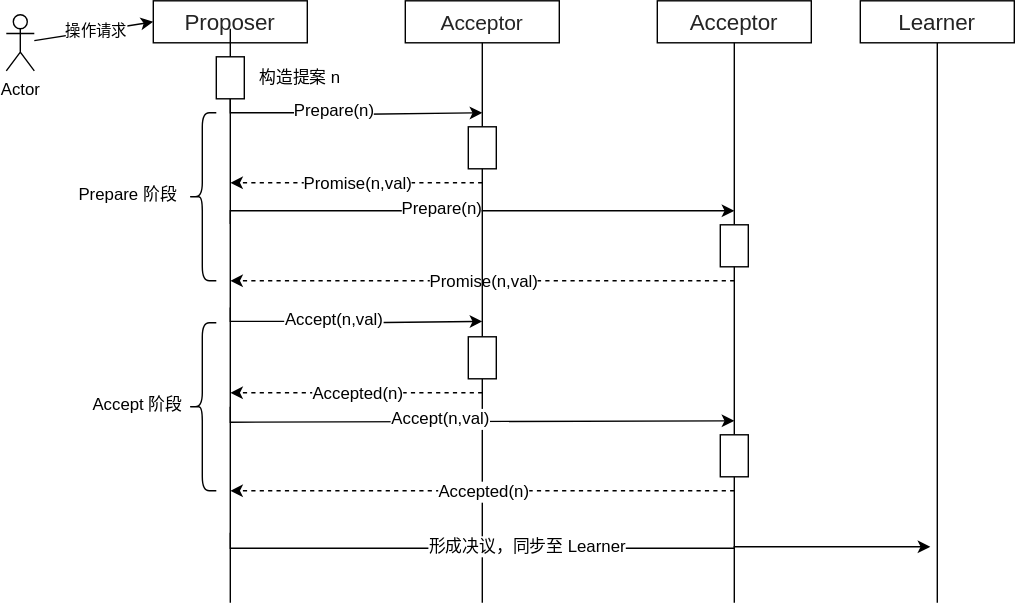
Before: assets/paxos.svg, a diagram exported from draw.io (isno/theByteBook). Source tidied: cells renumbered, new cells last; positions are measured from the earlier drawing's top-left corner, leaving out a move shared by most shapes.
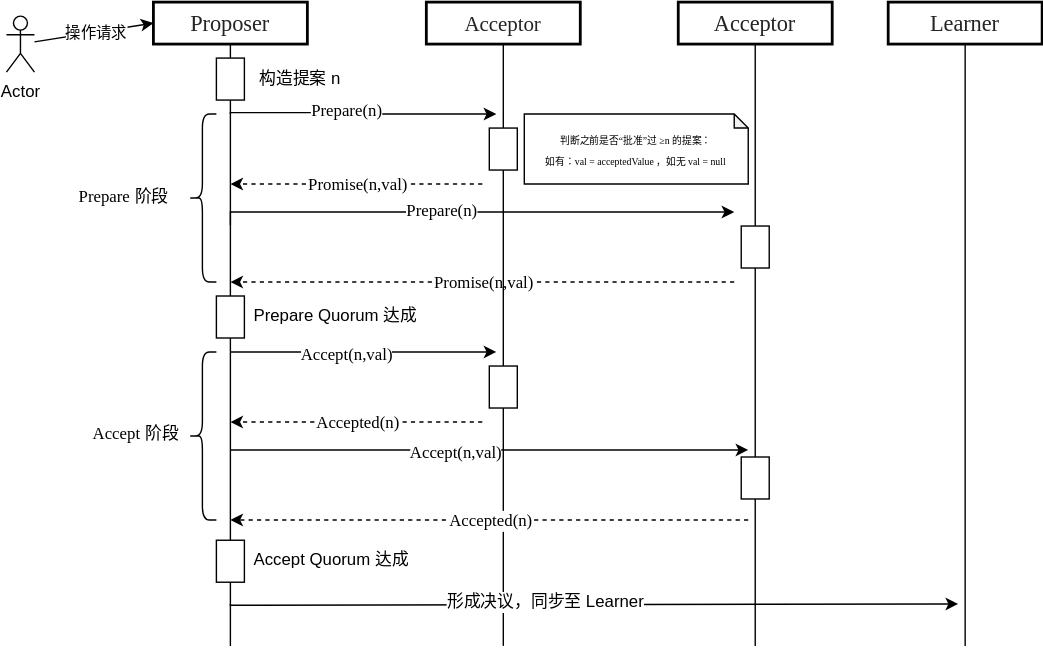
After the commit.

Diff of the diagram source:
```diff
@@ -4,3 +4,3 @@
     <mxCell id="1" parent="0" />
-    <mxCell id="2" value="&lt;div style=&quot;text-align: start;&quot;&gt;&lt;font size=&quot;1&quot; face=&quot;Helvetica&quot; color=&quot;#242424&quot;&gt;&lt;span style=&quot;letter-spacing: -0.06px; background-color: rgb(255, 255, 255); font-size: 16px;&quot;&gt;Proposer&lt;/span&gt;&lt;/font&gt;&lt;/div&gt;" style="rounded=0;whiteSpace=wrap;html=1;" parent="1" vertex="1">
+    <mxCell id="2" value="&lt;div style=&quot;text-align: start;&quot;&gt;&lt;font color=&quot;#242424&quot; size=&quot;1&quot;&gt;&lt;span style=&quot;letter-spacing: -0.06px; background-color: rgb(255, 255, 255); font-size: 16px;&quot;&gt;Proposer&lt;/span&gt;&lt;/font&gt;&lt;/div&gt;" style="rounded=0;whiteSpace=wrap;html=1;fontFamily=Georgia;strokeWidth=2;" parent="1" vertex="1">
       <mxGeometry x="105" width="110" height="30" as="geometry" />
@@ -9,7 +9,10 @@
       <mxGeometry relative="1" as="geometry">
-        <mxPoint x="340" y="430" as="targetPoint" />
+        <mxPoint x="355" y="460" as="targetPoint" />
+        <Array as="points">
+          <mxPoint x="355" y="460" />
+        </Array>
       </mxGeometry>
     </mxCell>
-    <mxCell id="4" value="&lt;div style=&quot;text-align: start;&quot;&gt;&lt;span style=&quot;color: rgb(36, 36, 36); letter-spacing: -0.06px; background-color: rgb(255, 255, 255);&quot;&gt;&lt;font style=&quot;font-size: 15px;&quot;&gt;Acceptor&lt;/font&gt;&lt;/span&gt;&lt;br&gt;&lt;/div&gt;" style="rounded=0;whiteSpace=wrap;html=1;" parent="1" vertex="1">
-      <mxGeometry x="285" width="110" height="30" as="geometry" />
+    <mxCell id="4" value="&lt;div style=&quot;text-align: start;&quot;&gt;&lt;span style=&quot;color: rgb(36, 36, 36); letter-spacing: -0.06px; background-color: rgb(255, 255, 255);&quot;&gt;&lt;font style=&quot;font-size: 15px;&quot;&gt;Acceptor&lt;/font&gt;&lt;/span&gt;&lt;br&gt;&lt;/div&gt;" style="rounded=0;whiteSpace=wrap;html=1;fontFamily=Georgia;strokeWidth=2;" parent="1" vertex="1">
+      <mxGeometry x="300" width="110" height="30" as="geometry" />
     </mxCell>
@@ -17,6 +20,5 @@
       <mxGeometry relative="1" as="geometry">
-        <mxPoint x="520" y="430" as="targetPoint" />
+        <mxPoint x="535" y="460" as="targetPoint" />
         <Array as="points">
-          <mxPoint x="520" y="370" />
-          <mxPoint x="520" y="370" />
+          <mxPoint x="535" y="460" />
         </Array>
@@ -24,17 +26,18 @@
     </mxCell>
-    <mxCell id="6" value="&lt;div style=&quot;text-align: start;&quot;&gt;&lt;span style=&quot;color: rgb(36, 36, 36); letter-spacing: -0.06px; background-color: rgb(255, 255, 255);&quot;&gt;&lt;font face=&quot;Helvetica&quot; style=&quot;font-size: 16px;&quot;&gt;Acceptor&lt;/font&gt;&lt;/span&gt;&lt;br&gt;&lt;/div&gt;" style="rounded=0;whiteSpace=wrap;html=1;" parent="1" vertex="1">
-      <mxGeometry x="465" width="110" height="30" as="geometry" />
+    <mxCell id="6" value="&lt;div style=&quot;text-align: start;&quot;&gt;&lt;span style=&quot;color: rgb(36, 36, 36); letter-spacing: -0.06px; background-color: rgb(255, 255, 255);&quot;&gt;&lt;font style=&quot;font-size: 16px;&quot;&gt;Acceptor&lt;/font&gt;&lt;/span&gt;&lt;br&gt;&lt;/div&gt;" style="rounded=0;whiteSpace=wrap;html=1;fontFamily=Georgia;strokeWidth=2;" parent="1" vertex="1">
+      <mxGeometry x="480" width="110" height="30" as="geometry" />
     </mxCell>
-    <mxCell id="7" style="edgeStyle=orthogonalEdgeStyle;rounded=0;jettySize=auto;html=1;endArrow=none;endFill=0;" parent="1" edge="1" source="21">
+    <mxCell id="7" style="edgeStyle=orthogonalEdgeStyle;rounded=0;jettySize=auto;html=1;endArrow=none;endFill=0;" parent="1" edge="1" source="48">
       <mxGeometry relative="1" as="geometry">
-        <mxPoint x="160" y="430" as="targetPoint" />
+        <mxPoint x="160" y="460" as="targetPoint" />
       </mxGeometry>
     </mxCell>
-    <mxCell id="8" style="edgeStyle=orthogonalEdgeStyle;rounded=0;jettySize=auto;html=1;" parent="1" edge="1" source="21">
+    <mxCell id="8" style="edgeStyle=orthogonalEdgeStyle;rounded=0;orthogonalLoop=1;jettySize=auto;html=1;" parent="1" edge="1">
       <mxGeometry relative="1" as="geometry">
-        <mxPoint x="340" y="80" as="targetPoint" />
+        <mxPoint x="160" y="80" as="sourcePoint" />
+        <mxPoint x="350" y="80" as="targetPoint" />
         <Array as="points">
-          <mxPoint x="160" y="80" />
-          <mxPoint x="255" y="80" />
-          <mxPoint x="255" y="81" />
+          <mxPoint x="160" y="79" />
+          <mxPoint x="245" y="79" />
+          <mxPoint x="245" y="80" />
         </Array>
@@ -42,6 +45,6 @@
     </mxCell>
-    <mxCell id="9" value="&lt;font style=&quot;font-size: 12px;&quot; face=&quot;Helvetica&quot;&gt;Prepare(n)&lt;/font&gt;" style="edgeLabel;html=1;align=center;verticalAlign=middle;" parent="8" vertex="1">
+    <mxCell id="9" value="&lt;font style=&quot;font-size: 12px;&quot;&gt;Prepare(n)&lt;/font&gt;" style="edgeLabel;html=1;align=center;verticalAlign=middle;fontFamily=Georgia;" parent="8" vertex="1">
       <mxGeometry x="-0.13" y="2" relative="1" as="geometry" />
     </mxCell>
-    <mxCell id="10" style="edgeStyle=orthogonalEdgeStyle;rounded=0;jettySize=auto;html=1;endArrow=none;endFill=0;" parent="1" edge="1" source="4" target="13">
+    <mxCell id="10" style="edgeStyle=orthogonalEdgeStyle;rounded=0;jettySize=auto;html=1;endArrow=none;endFill=0;entryX=0.5;entryY=0;entryDx=0;entryDy=0;" parent="1" edge="1" source="4" target="13">
       <mxGeometry relative="1" as="geometry" />
@@ -58,3 +61,3 @@
     </mxCell>
-    <mxCell id="12" value="&lt;font style=&quot;font-size: 12px;&quot;&gt;Promise(n,val)&lt;/font&gt;" style="edgeLabel;html=1;align=center;verticalAlign=middle;" parent="11" vertex="1">
+    <mxCell id="12" value="&lt;font style=&quot;font-size: 12px;&quot;&gt;Promise(n,val)&lt;/font&gt;" style="edgeLabel;html=1;align=center;verticalAlign=middle;fontFamily=Georgia;" parent="11" vertex="1">
       <mxGeometry relative="1" as="geometry" />
@@ -62,9 +65,13 @@
     <mxCell id="13" style="rounded=0;whiteSpace=wrap;html=1;" parent="1" vertex="1">
-      <mxGeometry x="330" y="90" width="20" height="30" as="geometry" />
+      <mxGeometry x="345" y="90" width="20" height="30" as="geometry" />
     </mxCell>
     <mxCell id="14" style="edgeStyle=orthogonalEdgeStyle;rounded=0;jettySize=auto;html=1;exitX=0.5;exitY=1;exitDx=0;exitDy=0;endArrow=none;endFill=0;" parent="1" edge="1" source="6" target="15">
-      <mxGeometry relative="1" as="geometry" />
+      <mxGeometry relative="1" as="geometry">
+        <Array as="points">
+          <mxPoint x="535" y="175" />
+        </Array>
+      </mxGeometry>
     </mxCell>
     <mxCell id="15" style="rounded=0;whiteSpace=wrap;html=1;" parent="1" vertex="1">
-      <mxGeometry x="510" y="160" width="20" height="30" as="geometry" />
+      <mxGeometry x="525" y="160" width="20" height="30" as="geometry" />
     </mxCell>
@@ -79,3 +86,3 @@
     </mxCell>
-    <mxCell id="17" value="&lt;font style=&quot;font-size: 12px;&quot; face=&quot;Helvetica&quot;&gt;Prepare(n)&lt;/font&gt;" style="edgeLabel;html=1;align=center;verticalAlign=middle;" parent="16" vertex="1">
+    <mxCell id="17" value="&lt;font style=&quot;font-size: 12px;&quot;&gt;Prepare(n)&lt;/font&gt;" style="edgeLabel;html=1;align=center;verticalAlign=middle;fontFamily=Georgia;" parent="16" vertex="1">
       <mxGeometry x="-0.13" y="2" relative="1" as="geometry" />
@@ -92,3 +99,3 @@
     </mxCell>
-    <mxCell id="19" value="&lt;font style=&quot;font-size: 12px;&quot;&gt;Promise(n,val)&lt;/font&gt;" style="edgeLabel;html=1;align=center;verticalAlign=middle;" parent="18" vertex="1">
+    <mxCell id="19" value="&lt;font style=&quot;font-size: 12px;&quot;&gt;Promise(n,val)&lt;/font&gt;" style="edgeLabel;html=1;align=center;verticalAlign=middle;fontFamily=Georgia;" parent="18" vertex="1">
       <mxGeometry relative="1" as="geometry" />
@@ -96,3 +103,8 @@
     <mxCell id="20" style="edgeStyle=orthogonalEdgeStyle;rounded=0;jettySize=auto;html=1;endArrow=none;endFill=0;" parent="1" edge="1" source="2" target="21">
-      <mxGeometry relative="1" as="geometry" />
+      <mxGeometry relative="1" as="geometry">
+        <Array as="points">
+          <mxPoint x="160" y="40" />
+          <mxPoint x="160" y="40" />
+        </Array>
+      </mxGeometry>
     </mxCell>
@@ -115,3 +127,3 @@
     </mxCell>
-    <mxCell id="26" value="&lt;span style=&quot;color: rgb(0, 0, 0); font-family: Helvetica; font-size: 12px; font-style: normal; font-variant-ligatures: normal; font-variant-caps: normal; font-weight: 400; letter-spacing: normal; orphans: 2; text-align: center; text-indent: 0px; text-transform: none; widows: 2; word-spacing: 0px; -webkit-text-stroke-width: 0px; white-space: nowrap; background-color: rgb(255, 255, 255); text-decoration-thickness: initial; text-decoration-style: initial; text-decoration-color: initial; display: inline !important; float: none;&quot;&gt;Prepare 阶段&lt;/span&gt;" style="text;whiteSpace=wrap;html=1;" parent="1" vertex="1">
+    <mxCell id="26" value="&lt;span style=&quot;color: rgb(0, 0, 0); font-size: 12px; font-style: normal; font-variant-ligatures: normal; font-variant-caps: normal; font-weight: 400; letter-spacing: normal; orphans: 2; text-align: center; text-indent: 0px; text-transform: none; widows: 2; word-spacing: 0px; -webkit-text-stroke-width: 0px; white-space: nowrap; background-color: rgb(255, 255, 255); text-decoration-thickness: initial; text-decoration-style: initial; text-decoration-color: initial; float: none; display: inline !important;&quot;&gt;&lt;font face=&quot;Georgia&quot;&gt;Prepare&lt;/font&gt;&lt;/span&gt;&lt;span style=&quot;color: rgb(0, 0, 0); font-family: Helvetica; font-size: 12px; font-style: normal; font-variant-ligatures: normal; font-variant-caps: normal; font-weight: 400; letter-spacing: normal; orphans: 2; text-align: center; text-indent: 0px; text-transform: none; widows: 2; word-spacing: 0px; -webkit-text-stroke-width: 0px; white-space: nowrap; background-color: rgb(255, 255, 255); text-decoration-thickness: initial; text-decoration-style: initial; text-decoration-color: initial; display: inline !important; float: none;&quot;&gt; 阶段&lt;/span&gt;" style="text;whiteSpace=wrap;html=1;" parent="1" vertex="1">
       <mxGeometry x="50" y="125" width="80" height="30" as="geometry" />
@@ -122,25 +134,11 @@
     <mxCell id="28" style="rounded=0;whiteSpace=wrap;html=1;" parent="1" vertex="1">
-      <mxGeometry x="330" y="240" width="20" height="30" as="geometry" />
+      <mxGeometry x="345" y="260" width="20" height="30" as="geometry" />
     </mxCell>
-    <mxCell id="29" style="edgeStyle=orthogonalEdgeStyle;rounded=0;orthogonalLoop=1;jettySize=auto;html=1;" parent="1" edge="1">
-      <mxGeometry relative="1" as="geometry">
-        <mxPoint x="160" y="219" as="sourcePoint" />
-        <mxPoint x="340" y="229" as="targetPoint" />
-        <Array as="points">
-          <mxPoint x="160" y="229" />
-          <mxPoint x="255" y="229" />
-          <mxPoint x="255" y="230" />
-        </Array>
-      </mxGeometry>
-    </mxCell>
-    <mxCell id="30" value="&lt;font style=&quot;font-size: 12px;&quot; face=&quot;Helvetica&quot;&gt;Accept(n,val)&lt;/font&gt;" style="edgeLabel;html=1;align=center;verticalAlign=middle;" parent="29" vertex="1">
-      <mxGeometry x="-0.13" y="2" relative="1" as="geometry" />
-    </mxCell>
     <mxCell id="31" style="edgeStyle=orthogonalEdgeStyle;rounded=0;orthogonalLoop=1;jettySize=auto;html=1;dashed=1;" parent="1" edge="1">
       <mxGeometry relative="1" as="geometry">
-        <mxPoint x="340" y="280" as="sourcePoint" />
-        <mxPoint x="160" y="280" as="targetPoint" />
+        <mxPoint x="340" y="300" as="sourcePoint" />
+        <mxPoint x="160" y="300" as="targetPoint" />
         <Array as="points">
-          <mxPoint x="270" y="280" />
-          <mxPoint x="270" y="280" />
+          <mxPoint x="270" y="300" />
+          <mxPoint x="270" y="300" />
         </Array>
@@ -148,18 +146,5 @@
     </mxCell>
-    <mxCell id="32" value="&lt;font style=&quot;font-size: 12px;&quot;&gt;Accepted(n)&lt;/font&gt;" style="edgeLabel;html=1;align=center;verticalAlign=middle;" parent="31" vertex="1">
+    <mxCell id="32" value="&lt;font style=&quot;font-size: 12px;&quot;&gt;Accepted(n)&lt;/font&gt;" style="edgeLabel;html=1;align=center;verticalAlign=middle;fontFamily=Georgia;" parent="31" vertex="1">
       <mxGeometry relative="1" as="geometry" />
     </mxCell>
-    <mxCell id="33" style="edgeStyle=orthogonalEdgeStyle;rounded=0;orthogonalLoop=1;jettySize=auto;html=1;" parent="1" edge="1">
-      <mxGeometry relative="1" as="geometry">
-        <mxPoint x="160" y="290" as="sourcePoint" />
-        <mxPoint x="520" y="300" as="targetPoint" />
-        <Array as="points">
-          <mxPoint x="160" y="301" />
-          <mxPoint x="520" y="301" />
-        </Array>
-      </mxGeometry>
-    </mxCell>
-    <mxCell id="34" value="&lt;font style=&quot;font-size: 12px;&quot; face=&quot;Helvetica&quot;&gt;Accept(n,val)&lt;/font&gt;" style="edgeLabel;html=1;align=center;verticalAlign=middle;" parent="33" vertex="1">
-      <mxGeometry x="-0.13" y="2" relative="1" as="geometry" />
-    </mxCell>
     <mxCell id="35" style="edgeStyle=orthogonalEdgeStyle;rounded=0;jettySize=auto;html=1;exitX=0.5;exitY=1;exitDx=0;exitDy=0;endArrow=none;endFill=0;" parent="1" edge="1" source="15" target="36">
@@ -168,3 +153,3 @@
     <mxCell id="36" style="rounded=0;whiteSpace=wrap;html=1;" parent="1" vertex="1">
-      <mxGeometry x="510" y="310" width="20" height="30" as="geometry" />
+      <mxGeometry x="525" y="325" width="20" height="30" as="geometry" />
     </mxCell>
@@ -172,7 +157,7 @@
       <mxGeometry relative="1" as="geometry">
-        <mxPoint x="520" y="350" as="sourcePoint" />
-        <mxPoint x="160" y="350" as="targetPoint" />
+        <mxPoint x="530" y="370" as="sourcePoint" />
+        <mxPoint x="160" y="370" as="targetPoint" />
         <Array as="points">
-          <mxPoint x="270" y="350" />
-          <mxPoint x="270" y="350" />
+          <mxPoint x="270" y="370" />
+          <mxPoint x="270" y="370" />
         </Array>
@@ -180,3 +165,3 @@
     </mxCell>
-    <mxCell id="38" value="&lt;font style=&quot;font-size: 12px;&quot;&gt;Accepted(n)&lt;/font&gt;" style="edgeLabel;html=1;align=center;verticalAlign=middle;" parent="37" vertex="1">
+    <mxCell id="38" value="&lt;font style=&quot;font-size: 12px;&quot;&gt;Accepted(n)&lt;/font&gt;" style="edgeLabel;html=1;align=center;verticalAlign=middle;fontFamily=Georgia;" parent="37" vertex="1">
       <mxGeometry relative="1" as="geometry" />
@@ -184,6 +169,6 @@
     <mxCell id="39" style="shape=curlyBracket;whiteSpace=wrap;html=1;rounded=1;labelPosition=left;verticalLabelPosition=middle;align=right;verticalAlign=middle;" parent="1" vertex="1">
-      <mxGeometry x="130" y="230" width="20" height="120" as="geometry" />
+      <mxGeometry x="130" y="250" width="20" height="120" as="geometry" />
     </mxCell>
-    <mxCell id="40" value="&lt;span style=&quot;color: rgb(0, 0, 0); font-family: Helvetica; font-size: 12px; font-style: normal; font-variant-ligatures: normal; font-variant-caps: normal; font-weight: 400; letter-spacing: normal; orphans: 2; text-align: center; text-indent: 0px; text-transform: none; widows: 2; word-spacing: 0px; -webkit-text-stroke-width: 0px; white-space: nowrap; background-color: rgb(255, 255, 255); text-decoration-thickness: initial; text-decoration-style: initial; text-decoration-color: initial; display: inline !important; float: none;&quot;&gt;Accept 阶段&lt;/span&gt;" style="text;whiteSpace=wrap;html=1;" parent="1" vertex="1">
-      <mxGeometry x="60" y="275" width="80" height="30" as="geometry" />
+    <mxCell id="40" value="&lt;span style=&quot;color: rgb(0, 0, 0); font-size: 12px; font-style: normal; font-variant-ligatures: normal; font-variant-caps: normal; font-weight: 400; letter-spacing: normal; orphans: 2; text-align: center; text-indent: 0px; text-transform: none; widows: 2; word-spacing: 0px; -webkit-text-stroke-width: 0px; white-space: nowrap; background-color: rgb(255, 255, 255); text-decoration-thickness: initial; text-decoration-style: initial; text-decoration-color: initial; float: none; display: inline !important;&quot;&gt;&lt;font face=&quot;Georgia&quot;&gt;Accept&lt;/font&gt;&lt;/span&gt;&lt;span style=&quot;color: rgb(0, 0, 0); font-family: Helvetica; font-size: 12px; font-style: normal; font-variant-ligatures: normal; font-variant-caps: normal; font-weight: 400; letter-spacing: normal; orphans: 2; text-align: center; text-indent: 0px; text-transform: none; widows: 2; word-spacing: 0px; -webkit-text-stroke-width: 0px; white-space: nowrap; background-color: rgb(255, 255, 255); text-decoration-thickness: initial; text-decoration-style: initial; text-decoration-color: initial; display: inline !important; float: none;&quot;&gt; 阶段&lt;/span&gt;" style="text;whiteSpace=wrap;html=1;" parent="1" vertex="1">
+      <mxGeometry x="60" y="295" width="80" height="30" as="geometry" />
     </mxCell>
@@ -191,7 +176,7 @@
       <mxGeometry relative="1" as="geometry">
-        <mxPoint x="665" y="430" as="targetPoint" />
+        <mxPoint x="685" y="460" as="targetPoint" />
       </mxGeometry>
     </mxCell>
-    <mxCell id="42" value="&lt;div style=&quot;text-align: start;&quot;&gt;&lt;font color=&quot;#242424&quot;&gt;&lt;span style=&quot;font-size: 16px; letter-spacing: -0.06px; background-color: rgb(255, 255, 255);&quot;&gt;Learner&lt;/span&gt;&lt;/font&gt;&lt;/div&gt;" style="rounded=0;whiteSpace=wrap;html=1;" parent="1" vertex="1">
-      <mxGeometry x="610" width="110" height="30" as="geometry" />
+    <mxCell id="42" value="&lt;div style=&quot;text-align: start;&quot;&gt;&lt;font color=&quot;#242424&quot;&gt;&lt;span style=&quot;font-size: 16px; letter-spacing: -0.06px; background-color: rgb(255, 255, 255);&quot;&gt;Learner&lt;/span&gt;&lt;/font&gt;&lt;/div&gt;" style="rounded=0;whiteSpace=wrap;html=1;fontFamily=Georgia;strokeWidth=2;" parent="1" vertex="1">
+      <mxGeometry x="630" width="110" height="30" as="geometry" />
     </mxCell>
@@ -199,7 +184,7 @@
       <mxGeometry relative="1" as="geometry">
-        <mxPoint x="160" y="380" as="sourcePoint" />
-        <mxPoint x="660" y="390" as="targetPoint" />
+        <mxPoint x="160" y="430" as="sourcePoint" />
+        <mxPoint x="680" y="430" as="targetPoint" />
         <Array as="points">
-          <mxPoint x="160" y="391" />
-          <mxPoint x="520" y="391" />
+          <mxPoint x="160" y="431" />
+          <mxPoint x="680" y="431" />
         </Array>
@@ -213,2 +198,38 @@
     </mxCell>
+    <mxCell id="46" value="&lt;font face=&quot;Georgia&quot; style=&quot;font-size: 7px;&quot;&gt;判断之前是否“批准”过 ≥n 的提案：&lt;/font&gt;&lt;div&gt;&lt;font style=&quot;&quot; face=&quot;Georgia&quot;&gt;&lt;font style=&quot;font-size: 7px;&quot;&gt;如有：val = acceptedValue ，如无 val = null&lt;/font&gt;&lt;/font&gt;&lt;/div&gt;" style="shape=note;whiteSpace=wrap;html=1;backgroundOutline=1;darkOpacity=0.05;size=10;" parent="1" vertex="1">
+      <mxGeometry x="370" y="80" width="160" height="50" as="geometry" />
+    </mxCell>
+    <mxCell id="47" style="edgeStyle=orthogonalEdgeStyle;rounded=0;jettySize=auto;html=1;endArrow=none;endFill=0;" parent="1" edge="1" source="21" target="48">
+      <mxGeometry relative="1" as="geometry" />
+    </mxCell>
+    <mxCell id="48" style="rounded=0;whiteSpace=wrap;html=1;" parent="1" vertex="1">
+      <mxGeometry x="150" y="210" width="20" height="30" as="geometry" />
+    </mxCell>
+    <mxCell id="49" value="Prepare Quorum 达成" style="text;whiteSpace=wrap;" parent="1" vertex="1">
+      <mxGeometry x="175" y="210" width="130" height="30" as="geometry" />
+    </mxCell>
+    <mxCell id="50" style="rounded=0;whiteSpace=wrap;html=1;" parent="1" vertex="1">
+      <mxGeometry x="150" y="384.5" width="20" height="30" as="geometry" />
+    </mxCell>
+    <mxCell id="51" value="Accept Quorum 达成" style="text;whiteSpace=wrap;" parent="1" vertex="1">
+      <mxGeometry x="175" y="385" width="120" height="30" as="geometry" />
+    </mxCell>
+    <mxCell id="52" style="endArrow=classic;html=1;rounded=0;" parent="1" edge="1">
+      <mxGeometry relative="1" as="geometry">
+        <mxPoint x="160" y="250" as="sourcePoint" />
+        <mxPoint x="350" y="250" as="targetPoint" />
+      </mxGeometry>
+    </mxCell>
+    <mxCell id="53" value="&lt;span style=&quot;font-family: Georgia; font-size: 12px;&quot;&gt;Accept(n,val)&lt;/span&gt;" style="edgeLabel;html=1;align=center;verticalAlign=middle;" parent="52" vertex="1">
+      <mxGeometry x="-0.14" y="-1" relative="1" as="geometry" />
+    </mxCell>
+    <mxCell id="54" style="endArrow=classic;html=1;rounded=0;" parent="1" edge="1">
+      <mxGeometry relative="1" as="geometry">
+        <mxPoint x="160" y="320" as="sourcePoint" />
+        <mxPoint x="530" y="320" as="targetPoint" />
+      </mxGeometry>
+    </mxCell>
+    <mxCell id="55" value="&lt;span style=&quot;font-family: Georgia; font-size: 12px;&quot;&gt;Accept(n,val)&lt;/span&gt;" style="edgeLabel;html=1;align=center;verticalAlign=middle;" parent="54" vertex="1">
+      <mxGeometry x="-0.14" y="-1" relative="1" as="geometry" />
+    </mxCell>
   </root>
```
